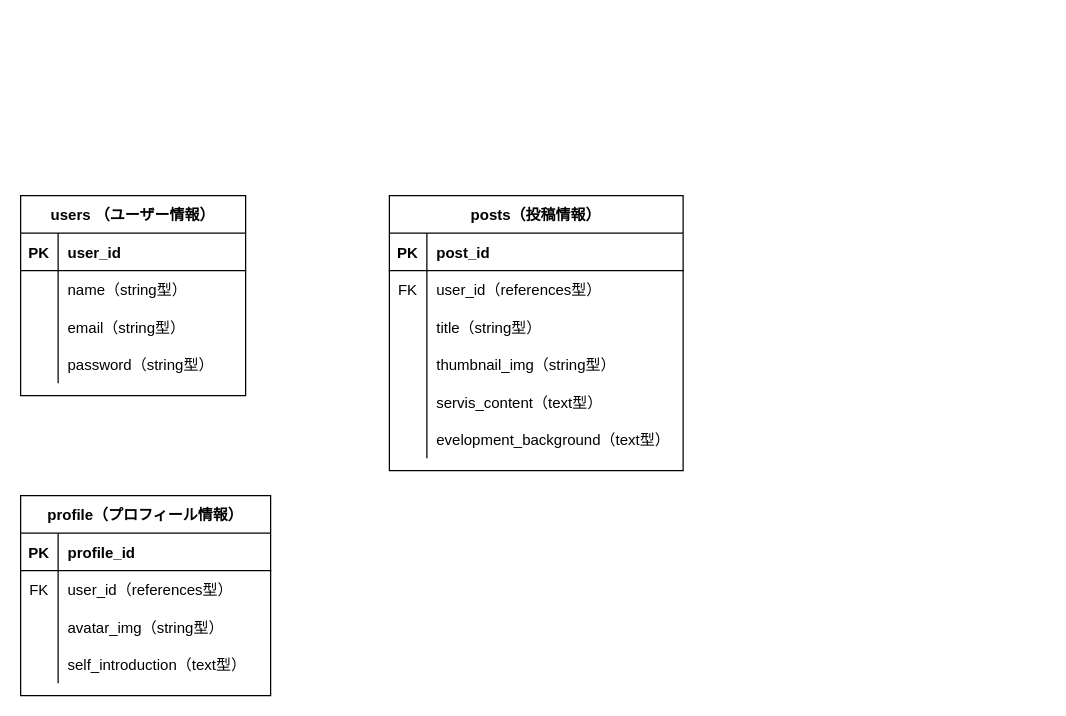
Before: src/ER.dio in kuma-24/portfolios-museum, a draw.io diagram. Source tidied: cells renumbered, new cells numbered last; positions are measured from the earlier drawing's top-left corner, leaving out a move shared by most shapes. Both pictures are drawn from the tidied source at 125%, with x=0, y=0 at pixel (20, 195).
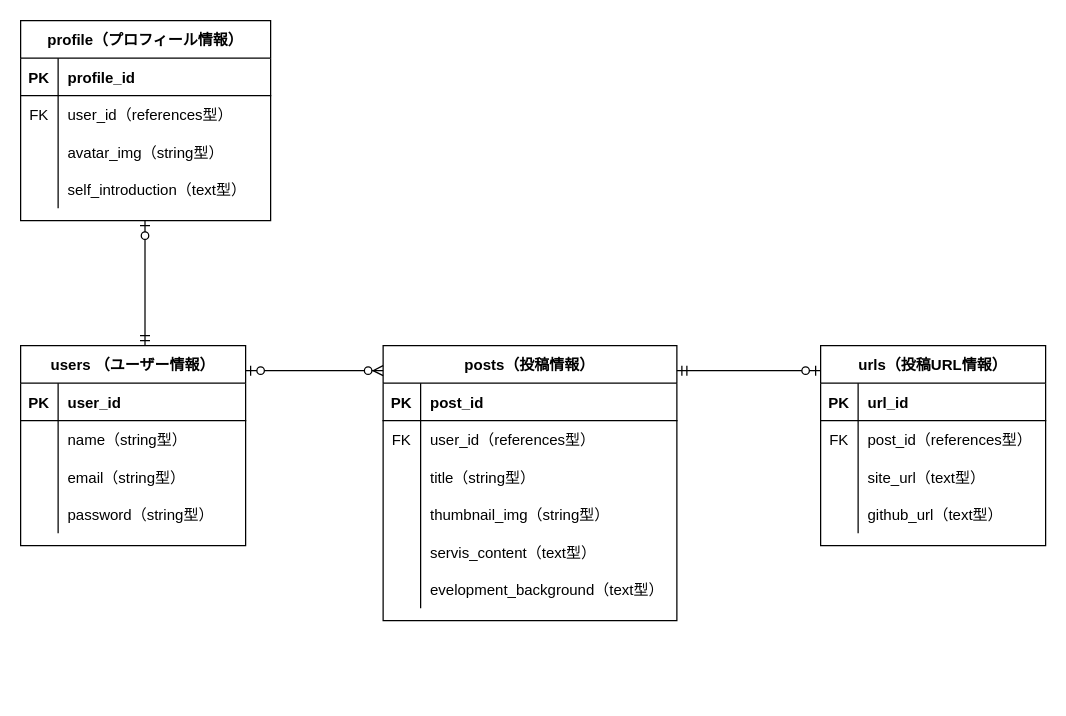
After the change.

Change to the diagram source:
```diff
@@
     <mxCell id="2" value="users （ユーザー情報）" style="shape=table;startSize=30;childLayout=tableLayout;rowLines=0;fontStyle=1;align=center;" parent="1" vertex="1">
-      <mxGeometry width="180" height="160" as="geometry" />
+      <mxGeometry y="120" width="180" height="160" as="geometry" />
     </mxCell>
@@
     <mxCell id="15" value="profile（プロフィール情報）" style="shape=table;startSize=30;childLayout=tableLayout;rowLines=0;fontStyle=1;align=center;" parent="1" vertex="1">
-      <mxGeometry y="240" width="200" height="160" as="geometry" />
+      <mxGeometry y="-140" width="200" height="160" as="geometry" />
     </mxCell>
@@
     <mxCell id="28" value="posts（投稿情報）" style="shape=table;startSize=30;childLayout=tableLayout;rowLines=0;fontStyle=1;align=center;" parent="1" vertex="1">
-      <mxGeometry x="295" width="235" height="220" as="geometry" />
+      <mxGeometry x="290" y="120" width="235" height="220" as="geometry" />
     </mxCell>
@@
+    <mxCell id="47" value="urls（投稿URL情報）" style="shape=table;startSize=30;childLayout=tableLayout;rowLines=0;fontStyle=1;align=center;" parent="1" vertex="1">
+      <mxGeometry x="640" y="120" width="180" height="160" as="geometry" />
+    </mxCell>
+    <mxCell id="48" style="shape=partialRectangle;fillColor=none;top=0;left=0;bottom=1;right=0;" parent="47" vertex="1">
+      <mxGeometry y="30" width="180" height="30" as="geometry" />
+    </mxCell>
+    <mxCell id="49" value="PK" style="shape=partialRectangle;fillColor=none;top=0;left=0;bottom=0;right=0;fontStyle=1;overflow=hidden;" parent="48" vertex="1">
+      <mxGeometry width="30" height="30" as="geometry" />
+    </mxCell>
+    <mxCell id="50" value="url_id" style="shape=partialRectangle;fillColor=none;top=0;left=0;bottom=0;right=0;align=left;spacingLeft=6;fontStyle=1;overflow=hidden;" parent="48" vertex="1">
+      <mxGeometry x="30" width="150" height="30" as="geometry" />
+    </mxCell>
+    <mxCell id="51" style="shape=partialRectangle;fillColor=none;top=0;left=0;bottom=0;right=0;" parent="47" vertex="1">
+      <mxGeometry y="60" width="180" height="30" as="geometry" />
+    </mxCell>
+    <mxCell id="52" value="FK" style="shape=partialRectangle;fillColor=none;top=0;left=0;bottom=0;right=0;overflow=hidden;" parent="51" vertex="1">
+      <mxGeometry width="30" height="30" as="geometry" />
+    </mxCell>
+    <mxCell id="53" value="post_id（references型）" style="shape=partialRectangle;fillColor=none;top=0;left=0;bottom=0;right=0;align=left;spacingLeft=6;overflow=hidden;" parent="51" vertex="1">
+      <mxGeometry x="30" width="150" height="30" as="geometry" />
+    </mxCell>
+    <mxCell id="54" style="shape=partialRectangle;fillColor=none;top=0;left=0;bottom=0;right=0;" parent="47" vertex="1">
+      <mxGeometry y="90" width="180" height="30" as="geometry" />
+    </mxCell>
+    <mxCell id="55" style="shape=partialRectangle;fillColor=none;top=0;left=0;bottom=0;right=0;overflow=hidden;" parent="54" vertex="1">
+      <mxGeometry width="30" height="30" as="geometry" />
+    </mxCell>
+    <mxCell id="56" value="site_url（text型）" style="shape=partialRectangle;fillColor=none;top=0;left=0;bottom=0;right=0;align=left;spacingLeft=6;overflow=hidden;" parent="54" vertex="1">
+      <mxGeometry x="30" width="150" height="30" as="geometry" />
+    </mxCell>
+    <mxCell id="57" style="shape=partialRectangle;fillColor=none;top=0;left=0;bottom=0;right=0;" parent="47" vertex="1">
+      <mxGeometry y="120" width="180" height="30" as="geometry" />
+    </mxCell>
+    <mxCell id="58" style="shape=partialRectangle;fillColor=none;top=0;left=0;bottom=0;right=0;overflow=hidden;" parent="57" vertex="1">
+      <mxGeometry width="30" height="30" as="geometry" />
+    </mxCell>
+    <mxCell id="59" value="github_url（text型）" style="shape=partialRectangle;fillColor=none;top=0;left=0;bottom=0;right=0;align=left;spacingLeft=6;overflow=hidden;" parent="57" vertex="1">
+      <mxGeometry x="30" width="150" height="30" as="geometry" />
+    </mxCell>
+    <mxCell id="60" style="fontSize=12;html=1;endArrow=ERzeroToMany;startArrow=ERzeroToOne;" parent="1" edge="1">
+      <mxGeometry relative="1" as="geometry">
+        <mxPoint x="180" y="140" as="sourcePoint" />
+        <mxPoint x="290" y="140" as="targetPoint" />
+      </mxGeometry>
+    </mxCell>
+    <mxCell id="61" style="fontSize=12;html=1;endArrow=ERzeroToOne;startArrow=ERmandOne;" parent="1" edge="1">
+      <mxGeometry relative="1" as="geometry">
+        <mxPoint x="525" y="140" as="sourcePoint" />
+        <mxPoint x="640" y="140" as="targetPoint" />
+      </mxGeometry>
+    </mxCell>
+    <mxCell id="62" style="fontSize=12;html=1;endArrow=ERzeroToOne;startArrow=ERmandOne;" parent="1" edge="1">
+      <mxGeometry relative="1" as="geometry">
+        <mxPoint x="99.5" y="120" as="sourcePoint" />
+        <mxPoint x="99.5" y="20" as="targetPoint" />
+      </mxGeometry>
+    </mxCell>
```
